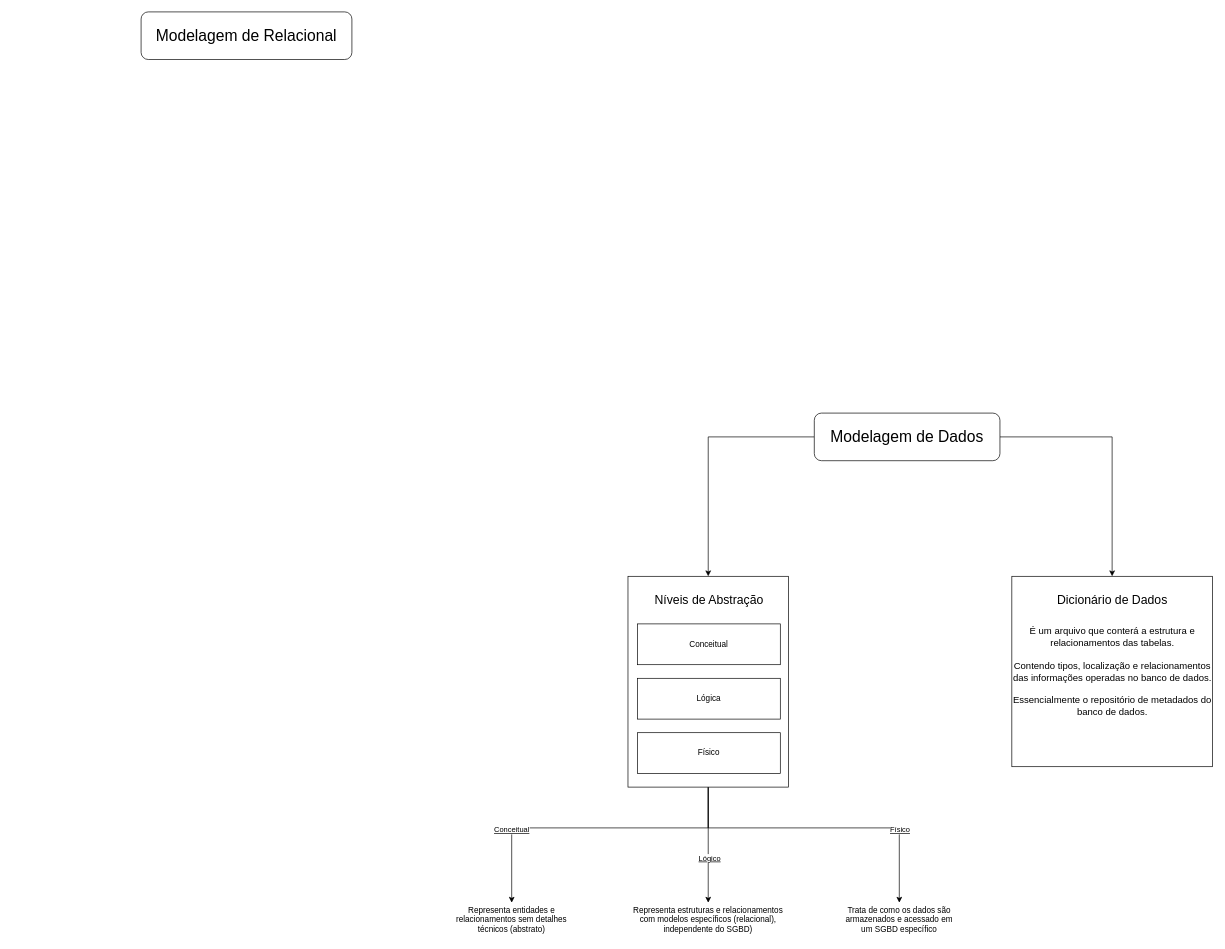
mateus-s-a/IFMT_Eng_Computacao keeps this draw.io diagram as Banco-de-Dados/banco_de_dados_revisao-av1.drawio. Above is the earlier version. Source tidied: cells renumbered, new cells numbered last; positions are measured from the earlier drawing's top-left corner, leaving out a move shared by most shapes. Both pictures are drawn from the tidied source at 68%, with x=0, y=0 at pixel (141, 12).
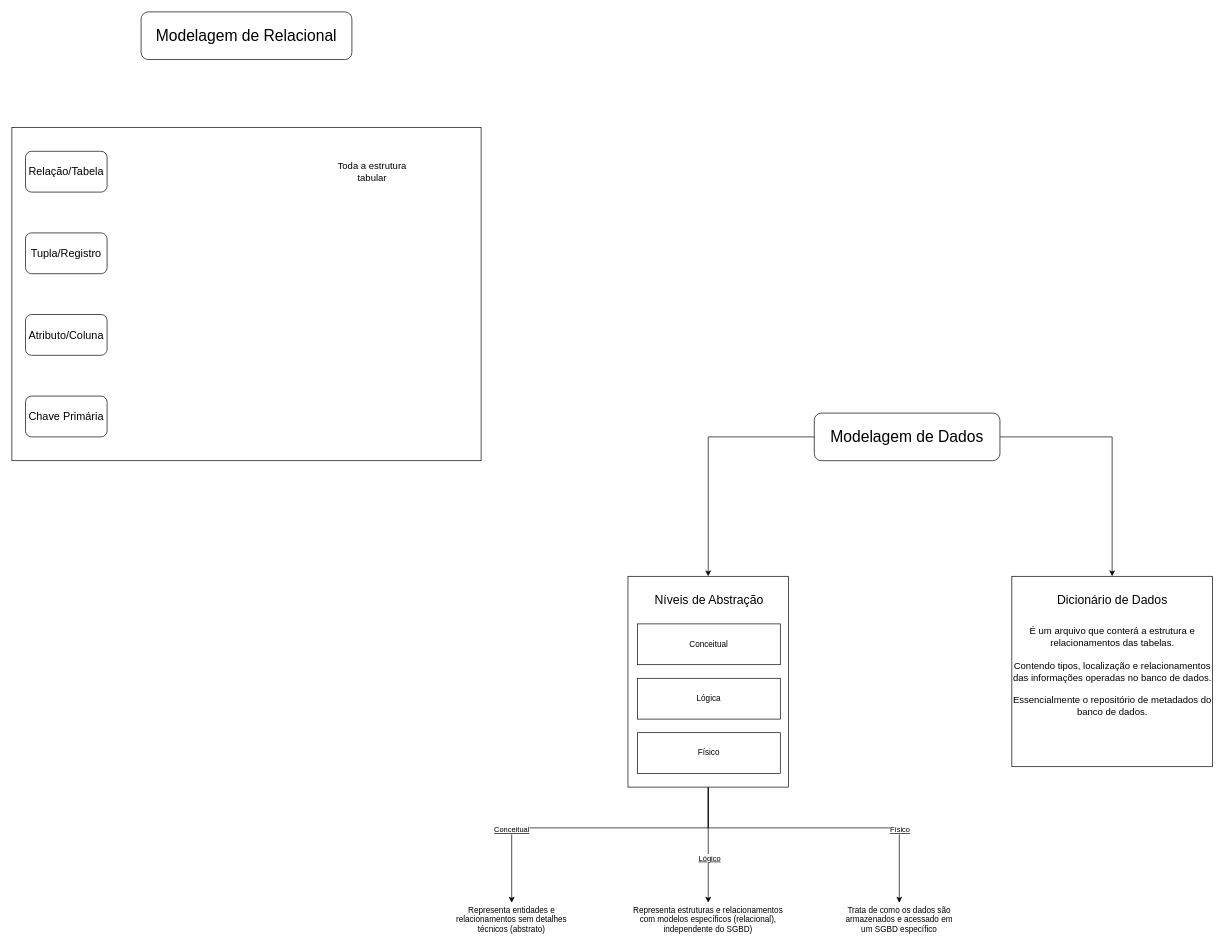
After the change.

Diff of the diagram source:
```diff
@@
+    <mxCell id="22" style="rounded=0;whiteSpace=wrap;html=1;" parent="1" vertex="1">
+      <mxGeometry x="-190" y="170" width="690" height="490" as="geometry" />
+    </mxCell>
+    <mxCell id="23" value="&lt;font style=&quot;font-size: 16px;&quot;&gt;Relação/Tabela&lt;/font&gt;" style="rounded=1;whiteSpace=wrap;html=1;" parent="1" vertex="1">
+      <mxGeometry x="-170" y="205" width="120" height="60" as="geometry" />
+    </mxCell>
+    <mxCell id="24" value="&lt;font style=&quot;font-size: 16px;&quot;&gt;Tupla/Registro&lt;/font&gt;" style="rounded=1;whiteSpace=wrap;html=1;" parent="1" vertex="1">
+      <mxGeometry x="-170" y="325" width="120" height="60" as="geometry" />
+    </mxCell>
+    <mxCell id="25" value="&lt;font style=&quot;font-size: 16px;&quot;&gt;Chave Primária&lt;/font&gt;" style="rounded=1;whiteSpace=wrap;html=1;" parent="1" vertex="1">
+      <mxGeometry x="-170" y="565" width="120" height="60" as="geometry" />
+    </mxCell>
+    <mxCell id="26" value="&lt;font style=&quot;font-size: 16px;&quot;&gt;Atributo/Coluna&lt;/font&gt;" style="rounded=1;whiteSpace=wrap;html=1;" parent="1" vertex="1">
+      <mxGeometry x="-170" y="445" width="120" height="60" as="geometry" />
+    </mxCell>
+    <mxCell id="27" value="&lt;font style=&quot;font-size: 14px;&quot;&gt;Toda a estrutura tabular&lt;/font&gt;" style="text;strokeColor=none;align=center;fillColor=none;html=1;verticalAlign=middle;whiteSpace=wrap;rounded=0;" parent="1" vertex="1">
+      <mxGeometry x="270" y="220" width="140" height="30" as="geometry" />
+    </mxCell>
```
